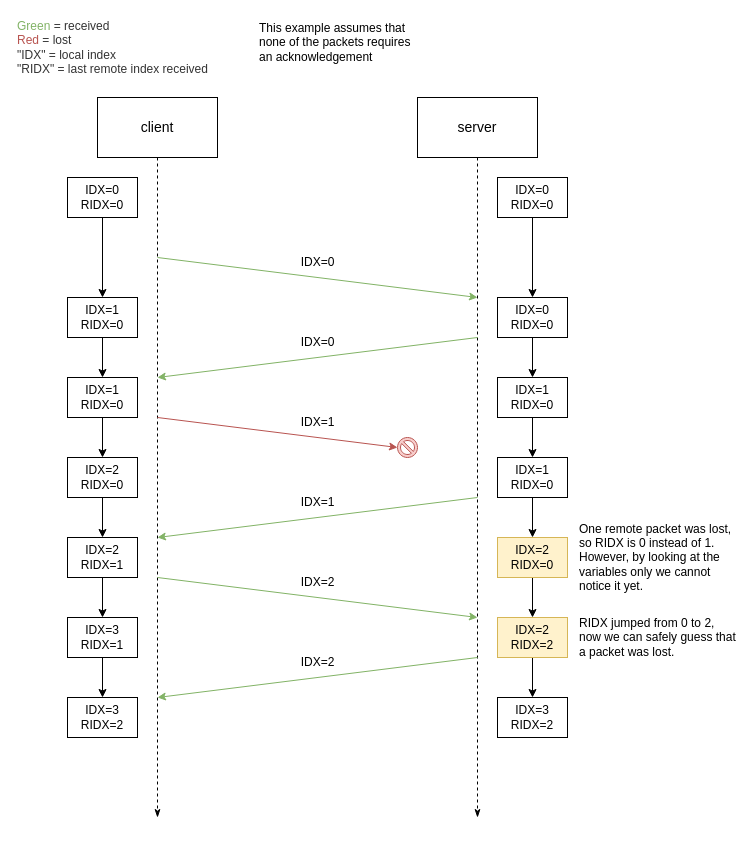
The draw.io diagram doc/img/index_eg1.drawio in EdoardoLaGreca/scrtp, before the edit. Source tidied: cells renumbered, new cells numbered last; positions are measured from the earlier drawing's top-left corner, leaving out a move shared by most shapes. Both pictures are drawn from the tidied source at 100%, with x=0, y=0 at pixel (17, 17).
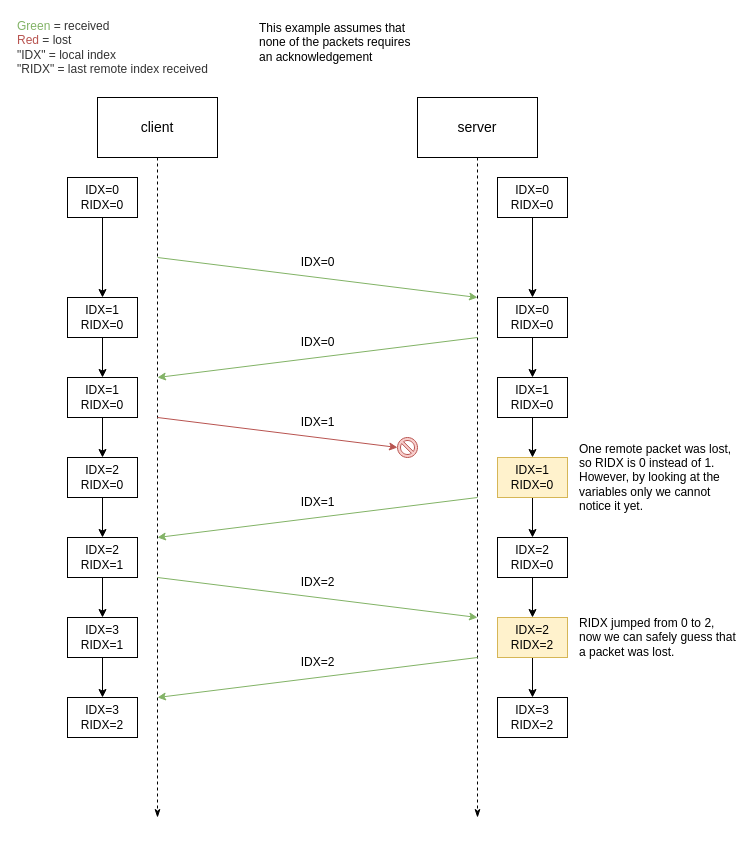
Above is the later version.

Commit message (it also covers changes not shown here):
docs(protocol): correct index usage example images

Diff of the diagram source:
```diff
@@
-    <mxCell id="30" value="IDX=1&lt;br&gt;RIDX=0" style="text;html=1;strokeColor=default;fillColor=none;align=center;verticalAlign=middle;whiteSpace=wrap;rounded=0;fontFamily=Helvetica;fontSize=12;fontColor=#000000;" parent="1" vertex="1">
+    <mxCell id="30" value="IDX=1&lt;br&gt;RIDX=0" style="text;html=1;strokeColor=#d6b656;fillColor=#fff2cc;align=center;verticalAlign=middle;whiteSpace=wrap;rounded=0;fontFamily=Helvetica;fontSize=12;" parent="1" vertex="1">
       <mxGeometry x="480" y="440" width="70" height="40" as="geometry" />
     </mxCell>
@@
-    <mxCell id="34" value="IDX=2&lt;br&gt;RIDX=0" style="text;html=1;strokeColor=#d6b656;fillColor=#fff2cc;align=center;verticalAlign=middle;whiteSpace=wrap;rounded=0;fontFamily=Helvetica;fontSize=12;" parent="1" vertex="1">
+    <mxCell id="34" value="IDX=2&lt;br&gt;RIDX=0" style="text;html=1;align=center;verticalAlign=middle;whiteSpace=wrap;rounded=0;fontFamily=Helvetica;fontSize=12;strokeColor=default;" parent="1" vertex="1">
       <mxGeometry x="480" y="520" width="70" height="40" as="geometry" />
     </mxCell>
@@
     <mxCell id="36" value="One remote packet was lost, so RIDX is 0 instead of 1. However, by looking at the variables only we cannot notice it yet." style="text;html=1;align=left;verticalAlign=middle;whiteSpace=wrap;rounded=0;fontFamily=Helvetica;fontSize=12;fillColor=none;strokeColor=none;" parent="1" vertex="1">
-      <mxGeometry x="560" y="505" width="160" height="70" as="geometry" />
+      <mxGeometry x="560" y="425" width="160" height="70" as="geometry" />
     </mxCell>
```
